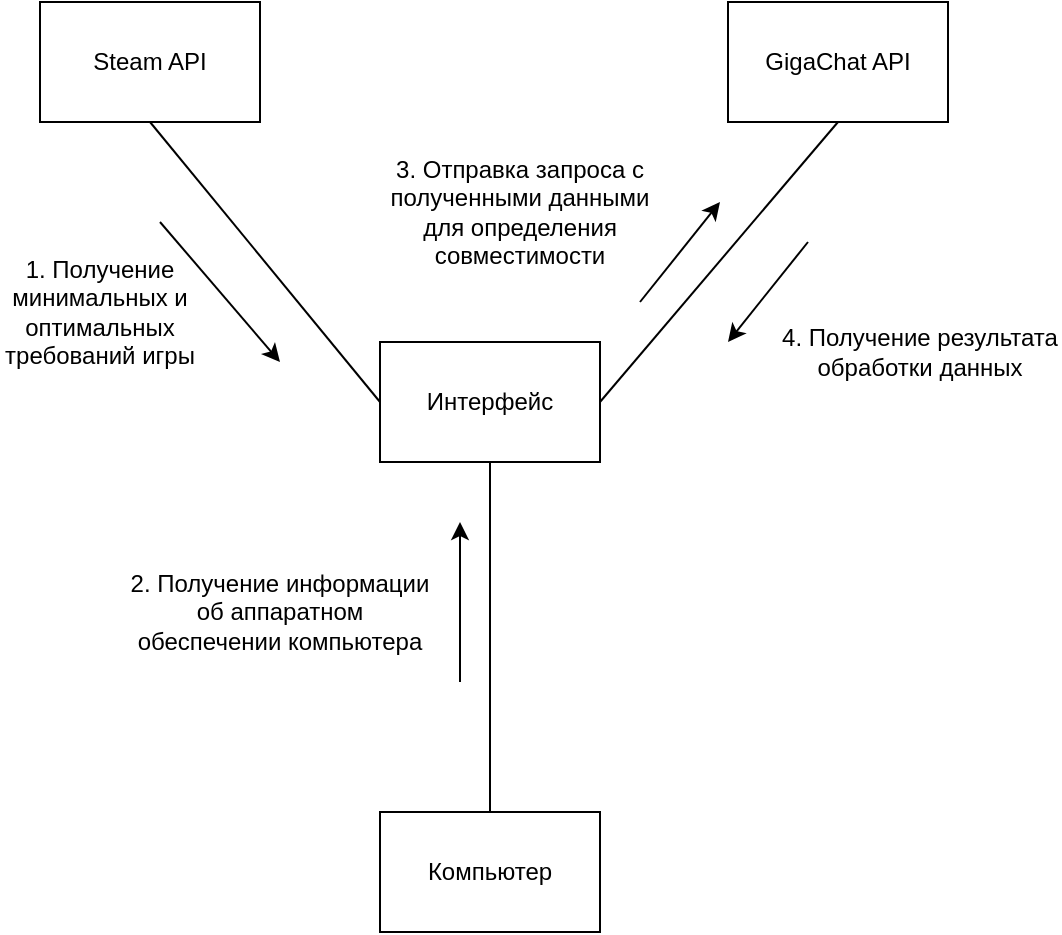
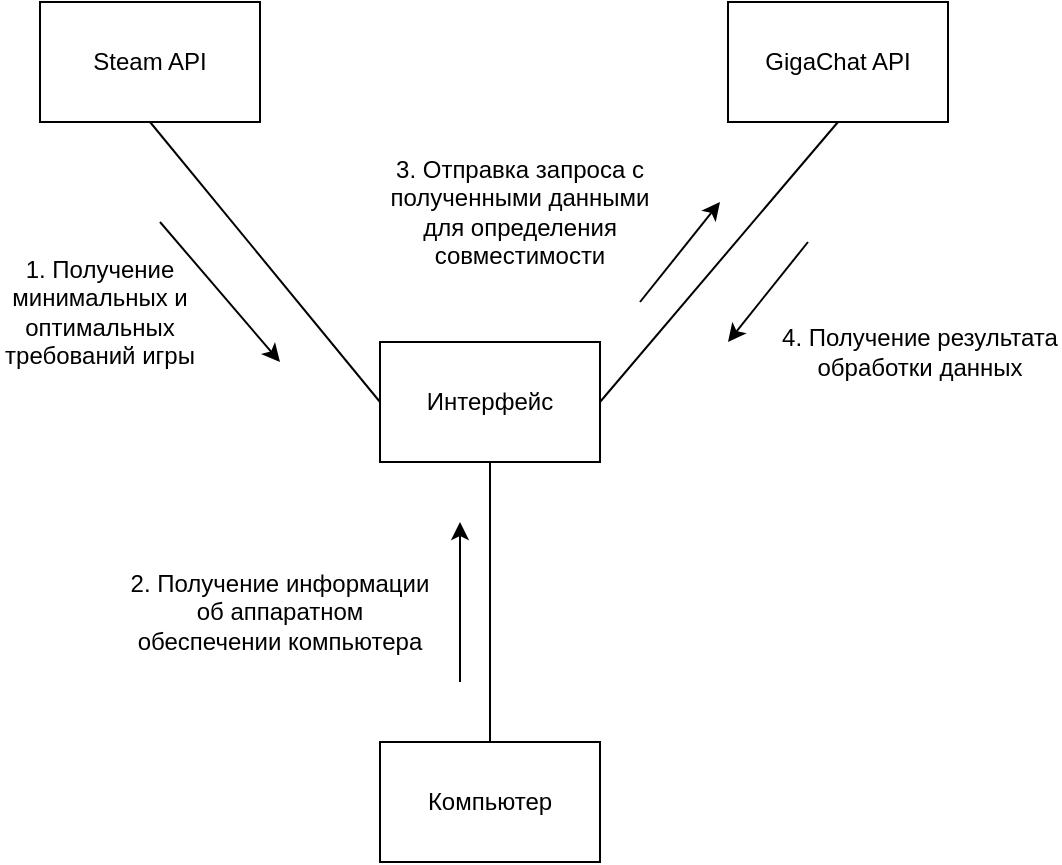
<mxfile host="Electron" agent="Mozilla/5.0 (Windows NT 10.0; Win64; x64) AppleWebKit/537.36 (KHTML, like Gecko) draw.io/27.0.9 Chrome/134.0.6998.205 Electron/35.4.0 Safari/537.36" version="27.0.9">
  <diagram name="Страница — 1" id="0MUGtBX-NgWbowUeKAIn">
-     <mxGraphModel dx="983" dy="580" grid="1" gridSize="10" guides="1" tooltips="1" connect="1" arrows="1" fold="1" page="1" pageScale="1" pageWidth="827" pageHeight="1169" math="0" shadow="0">
+     <mxGraphModel dx="1426" dy="841" grid="1" gridSize="10" guides="1" tooltips="1" connect="1" arrows="1" fold="1" page="1" pageScale="1" pageWidth="827" pageHeight="1169" math="0" shadow="0">
      <root>
        <mxCell id="0" />
        <mxCell id="1" parent="0" />
-         <mxCell id="R3CrjHwEYXVAwxrEazwE-1" value="Steam API" style="rounded=0;whiteSpace=wrap;html=1;" vertex="1" parent="1">
+         <mxCell id="R3CrjHwEYXVAwxrEazwE-1" value="Steam API" style="rounded=0;whiteSpace=wrap;html=1;" parent="1" vertex="1">
          <mxGeometry x="70" y="180" width="110" height="60" as="geometry" />
        </mxCell>
-         <mxCell id="R3CrjHwEYXVAwxrEazwE-2" value="GigaChat API" style="rounded=0;whiteSpace=wrap;html=1;" vertex="1" parent="1">
+         <mxCell id="R3CrjHwEYXVAwxrEazwE-2" value="GigaChat API" style="rounded=0;whiteSpace=wrap;html=1;" parent="1" vertex="1">
          <mxGeometry x="414" y="180" width="110" height="60" as="geometry" />
        </mxCell>
-         <mxCell id="R3CrjHwEYXVAwxrEazwE-3" value="Интерфейс" style="rounded=0;whiteSpace=wrap;html=1;" vertex="1" parent="1">
+         <mxCell id="R3CrjHwEYXVAwxrEazwE-3" value="Интерфейс" style="rounded=0;whiteSpace=wrap;html=1;" parent="1" vertex="1">
          <mxGeometry x="240" y="350" width="110" height="60" as="geometry" />
        </mxCell>
-         <mxCell id="R3CrjHwEYXVAwxrEazwE-5" value="" style="endArrow=none;html=1;rounded=0;exitX=0.5;exitY=1;exitDx=0;exitDy=0;entryX=0;entryY=0.5;entryDx=0;entryDy=0;" edge="1" parent="1" source="R3CrjHwEYXVAwxrEazwE-1" target="R3CrjHwEYXVAwxrEazwE-3">
+         <mxCell id="R3CrjHwEYXVAwxrEazwE-5" value="" style="endArrow=none;html=1;rounded=0;exitX=0.5;exitY=1;exitDx=0;exitDy=0;entryX=0;entryY=0.5;entryDx=0;entryDy=0;" parent="1" source="R3CrjHwEYXVAwxrEazwE-1" target="R3CrjHwEYXVAwxrEazwE-3" edge="1">
          <mxGeometry width="50" height="50" relative="1" as="geometry">
            <mxPoint x="380" y="200" as="sourcePoint" />
            <mxPoint x="614" y="200" as="targetPoint" />
          </mxGeometry>
        </mxCell>
-         <mxCell id="R3CrjHwEYXVAwxrEazwE-6" value="" style="endArrow=none;html=1;rounded=0;exitX=0.5;exitY=1;exitDx=0;exitDy=0;entryX=1;entryY=0.5;entryDx=0;entryDy=0;" edge="1" parent="1" source="R3CrjHwEYXVAwxrEazwE-2" target="R3CrjHwEYXVAwxrEazwE-3">
+         <mxCell id="R3CrjHwEYXVAwxrEazwE-6" value="" style="endArrow=none;html=1;rounded=0;exitX=0.5;exitY=1;exitDx=0;exitDy=0;entryX=1;entryY=0.5;entryDx=0;entryDy=0;" parent="1" source="R3CrjHwEYXVAwxrEazwE-2" target="R3CrjHwEYXVAwxrEazwE-3" edge="1">
          <mxGeometry width="50" height="50" relative="1" as="geometry">
            <mxPoint x="150" y="270" as="sourcePoint" />
            <mxPoint x="275" y="500" as="targetPoint" />
          </mxGeometry>
        </mxCell>
-         <mxCell id="R3CrjHwEYXVAwxrEazwE-7" value="Компьютер" style="rounded=0;whiteSpace=wrap;html=1;" vertex="1" parent="1">
-           <mxGeometry x="240" y="585" width="110" height="60" as="geometry" />
+         <mxCell id="R3CrjHwEYXVAwxrEazwE-7" value="Компьютер" style="rounded=0;whiteSpace=wrap;html=1;" parent="1" vertex="1">
+           <mxGeometry x="240" y="550" width="110" height="60" as="geometry" />
        </mxCell>
-         <mxCell id="R3CrjHwEYXVAwxrEazwE-9" value="" style="endArrow=none;html=1;rounded=0;exitX=0.5;exitY=0;exitDx=0;exitDy=0;entryX=0.5;entryY=1;entryDx=0;entryDy=0;" edge="1" parent="1" source="R3CrjHwEYXVAwxrEazwE-7" target="R3CrjHwEYXVAwxrEazwE-3">
+         <mxCell id="R3CrjHwEYXVAwxrEazwE-9" value="" style="endArrow=none;html=1;rounded=0;exitX=0.5;exitY=0;exitDx=0;exitDy=0;entryX=0.5;entryY=1;entryDx=0;entryDy=0;" parent="1" source="R3CrjHwEYXVAwxrEazwE-7" target="R3CrjHwEYXVAwxrEazwE-3" edge="1">
          <mxGeometry width="50" height="50" relative="1" as="geometry">
            <mxPoint x="609" y="280" as="sourcePoint" />
            <mxPoint x="490" y="420" as="targetPoint" />
          </mxGeometry>
        </mxCell>
-         <mxCell id="R3CrjHwEYXVAwxrEazwE-10" value="" style="endArrow=classic;html=1;rounded=0;" edge="1" parent="1">
+         <mxCell id="R3CrjHwEYXVAwxrEazwE-10" value="" style="endArrow=classic;html=1;rounded=0;" parent="1" edge="1">
          <mxGeometry width="50" height="50" relative="1" as="geometry">
            <mxPoint x="130" y="290" as="sourcePoint" />
            <mxPoint x="190" y="360" as="targetPoint" />
          </mxGeometry>
        </mxCell>
-         <mxCell id="R3CrjHwEYXVAwxrEazwE-11" value="" style="endArrow=classic;html=1;rounded=0;" edge="1" parent="1">
+         <mxCell id="R3CrjHwEYXVAwxrEazwE-11" value="" style="endArrow=classic;html=1;rounded=0;" parent="1" edge="1">
          <mxGeometry width="50" height="50" relative="1" as="geometry">
            <mxPoint x="280" y="520" as="sourcePoint" />
            <mxPoint x="280" y="440" as="targetPoint" />
          </mxGeometry>
        </mxCell>
-         <mxCell id="R3CrjHwEYXVAwxrEazwE-12" value="" style="endArrow=classic;html=1;rounded=0;" edge="1" parent="1">
+         <mxCell id="R3CrjHwEYXVAwxrEazwE-12" value="" style="endArrow=classic;html=1;rounded=0;" parent="1" edge="1">
          <mxGeometry width="50" height="50" relative="1" as="geometry">
            <mxPoint x="370" y="330" as="sourcePoint" />
            <mxPoint x="410" y="280" as="targetPoint" />
          </mxGeometry>
        </mxCell>
-         <mxCell id="R3CrjHwEYXVAwxrEazwE-13" value="" style="endArrow=classic;html=1;rounded=0;" edge="1" parent="1">
+         <mxCell id="R3CrjHwEYXVAwxrEazwE-13" value="" style="endArrow=classic;html=1;rounded=0;" parent="1" edge="1">
          <mxGeometry width="50" height="50" relative="1" as="geometry">
            <mxPoint x="454" y="300" as="sourcePoint" />
            <mxPoint x="414" y="350" as="targetPoint" />
          </mxGeometry>
        </mxCell>
-         <mxCell id="R3CrjHwEYXVAwxrEazwE-14" value="1. Получение минимальных и оптимальных требований игры" style="text;html=1;align=center;verticalAlign=middle;whiteSpace=wrap;rounded=0;" vertex="1" parent="1">
+         <mxCell id="R3CrjHwEYXVAwxrEazwE-14" value="1. Получение минимальных и оптимальных требований игры" style="text;html=1;align=center;verticalAlign=middle;whiteSpace=wrap;rounded=0;" parent="1" vertex="1">
          <mxGeometry x="50" y="320" width="100" height="30" as="geometry" />
        </mxCell>
-         <mxCell id="R3CrjHwEYXVAwxrEazwE-15" value="2. Получение информации об аппаратном обеспечении компьютера" style="text;html=1;align=center;verticalAlign=middle;whiteSpace=wrap;rounded=0;" vertex="1" parent="1">
+         <mxCell id="R3CrjHwEYXVAwxrEazwE-15" value="2. Получение информации об аппаратном обеспечении компьютера" style="text;html=1;align=center;verticalAlign=middle;whiteSpace=wrap;rounded=0;" parent="1" vertex="1">
          <mxGeometry x="110" y="470" width="160" height="30" as="geometry" />
        </mxCell>
-         <mxCell id="R3CrjHwEYXVAwxrEazwE-16" value="3. Отправка запроса с полученными данными для определения совместимости" style="text;html=1;align=center;verticalAlign=middle;whiteSpace=wrap;rounded=0;" vertex="1" parent="1">
+         <mxCell id="R3CrjHwEYXVAwxrEazwE-16" value="3. Отправка запроса с полученными данными для определения совместимости" style="text;html=1;align=center;verticalAlign=middle;whiteSpace=wrap;rounded=0;" parent="1" vertex="1">
          <mxGeometry x="240" y="270" width="140" height="30" as="geometry" />
        </mxCell>
-         <mxCell id="R3CrjHwEYXVAwxrEazwE-18" value="4. Получение результата обработки данных" style="text;html=1;align=center;verticalAlign=middle;whiteSpace=wrap;rounded=0;" vertex="1" parent="1">
+         <mxCell id="R3CrjHwEYXVAwxrEazwE-18" value="4. Получение результата обработки данных" style="text;html=1;align=center;verticalAlign=middle;whiteSpace=wrap;rounded=0;" parent="1" vertex="1">
          <mxGeometry x="440" y="340" width="140" height="30" as="geometry" />
        </mxCell>
      </root>
    </mxGraphModel>
  </diagram>
</mxfile>
